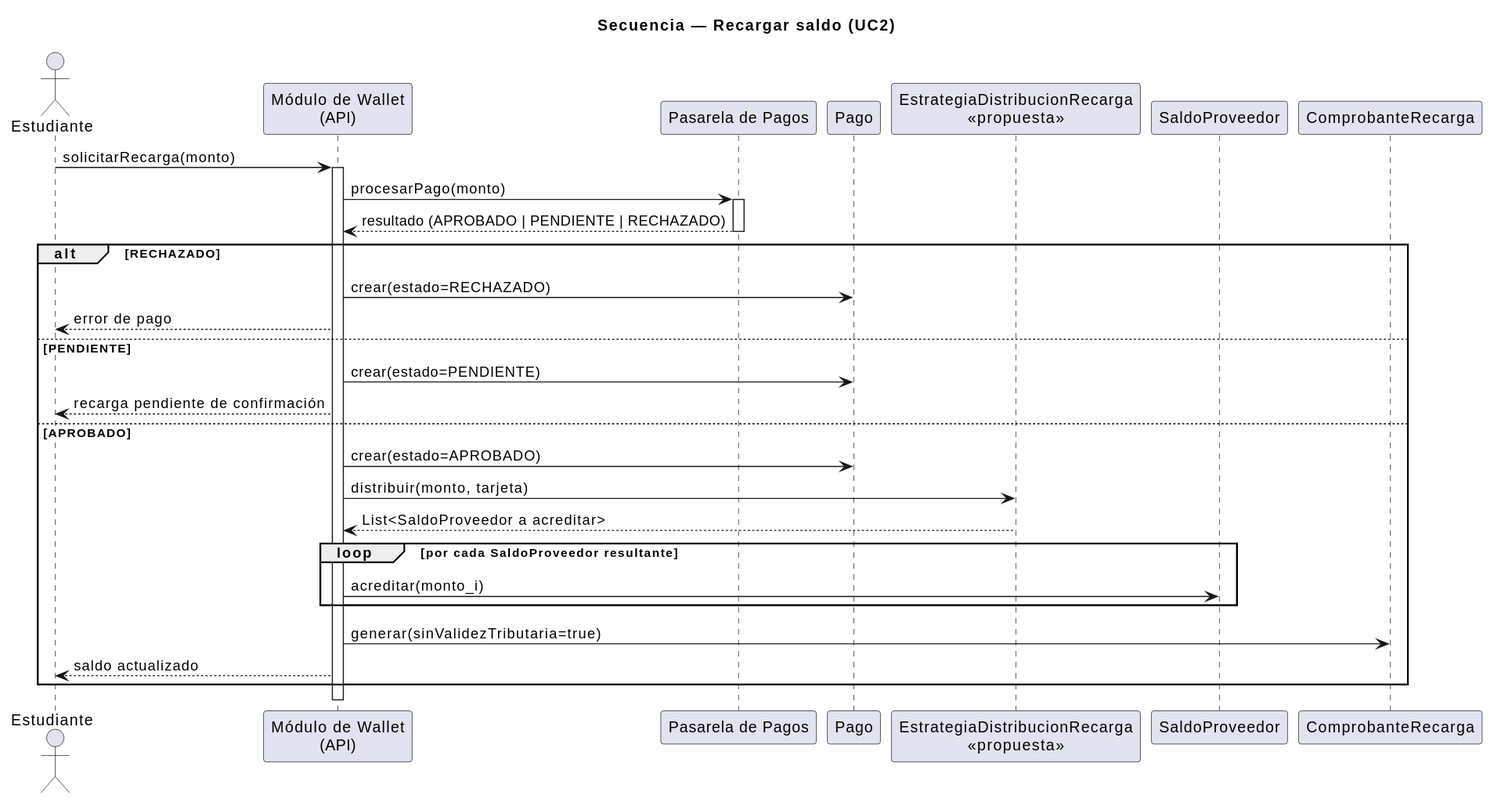
This is uml/secuencia-recarga-saldo.svg from Jesus-JB/aliflow, a PlantUML export, as it was before one commit.
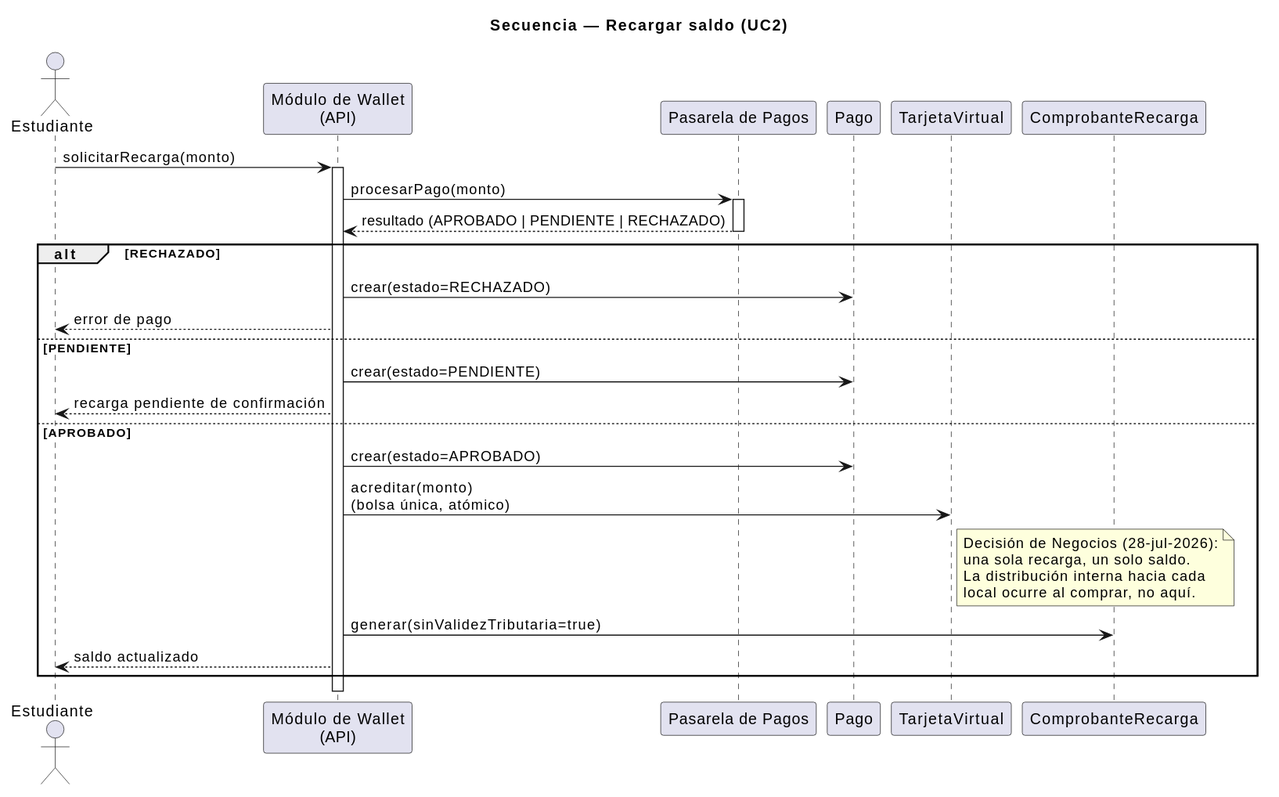
The same file after the commit.

Diff of the diagram source:
```diff
@@ -5,8 +5,7 @@
 participant "Módulo de Wallet\n(API)" as API
 participant "Pasarela de Pagos" as Pasarela
 participant "Pago" as Pago
-participant "EstrategiaDistribucionRecarga\n<<propuesta>>" as Estrategia
-participant "SaldoProveedor" as Saldo
+participant "TarjetaVirtual" as Tarjeta
 participant "ComprobanteRecarga" as Comp
 
 Estudiante -> API : solicitarRecarga(monto)
@@ -25,13 +24,13 @@
   API --> Estudiante : recarga pendiente de confirmación
 else APROBADO
   API -> Pago : crear(estado=APROBADO)
-  API -> Estrategia : distribuir(monto, tarjeta)
-  Estrategia --> API : List<SaldoProveedor a acreditar>
-
-  loop por cada SaldoProveedor resultante
-    API -> Saldo : acreditar(monto_i)
-  end
-
+  API -> Tarjeta : acreditar(monto)\n(bolsa única, atómico)
+  note right of Tarjeta
+    Decisión de Negocios (28-jul-2026):
+    una sola recarga, un solo saldo.
+    La distribución interna hacia cada
+    local ocurre al comprar, no aquí.
+  end note
   API -> Comp : generar(sinValidezTributaria=true)
   API --> Estudiante : saldo actualizado
 end
```
